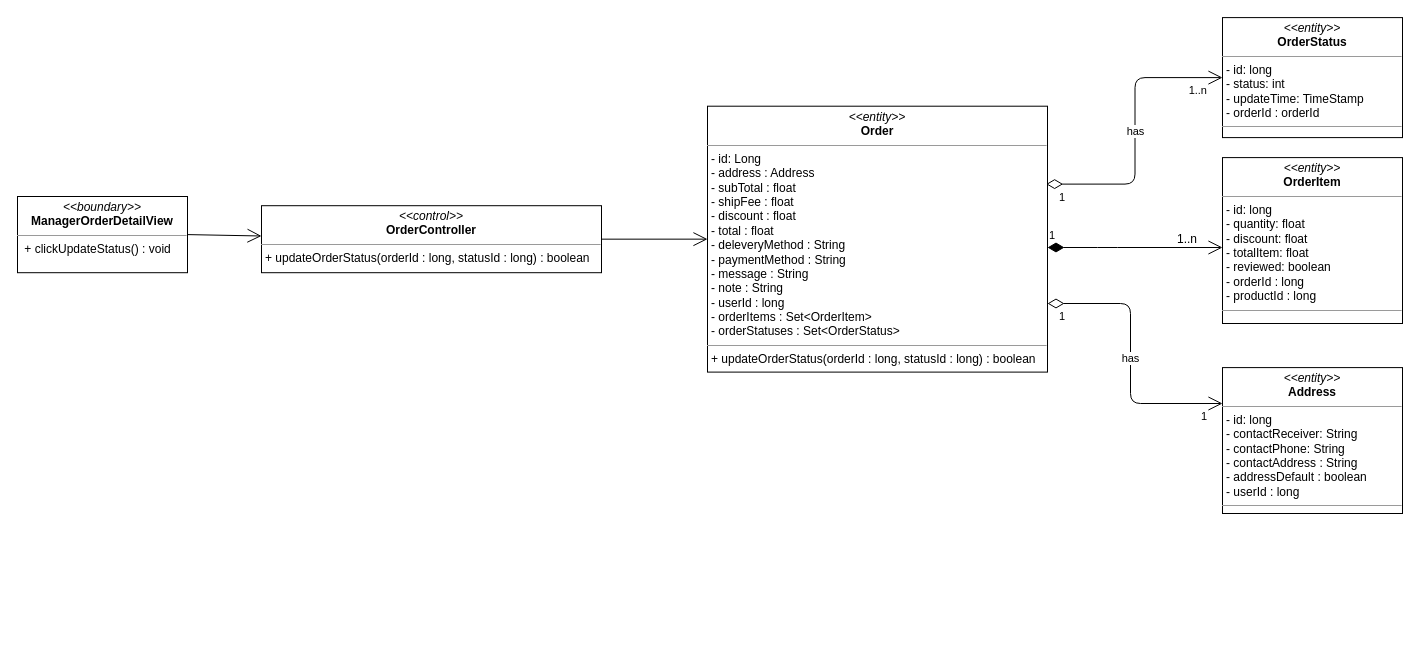
Before: class diagram/manager-updateStatus-order-class-diagram.drawio in nguyenphamvan/datn_20202, a draw.io diagram. Source tidied: cells renumbered, new cells numbered last; positions are measured from the earlier drawing's top-left corner, leaving out a move shared by most shapes. Both pictures are drawn from the tidied source at 100%, with x=0, y=0 at pixel (17, 17).
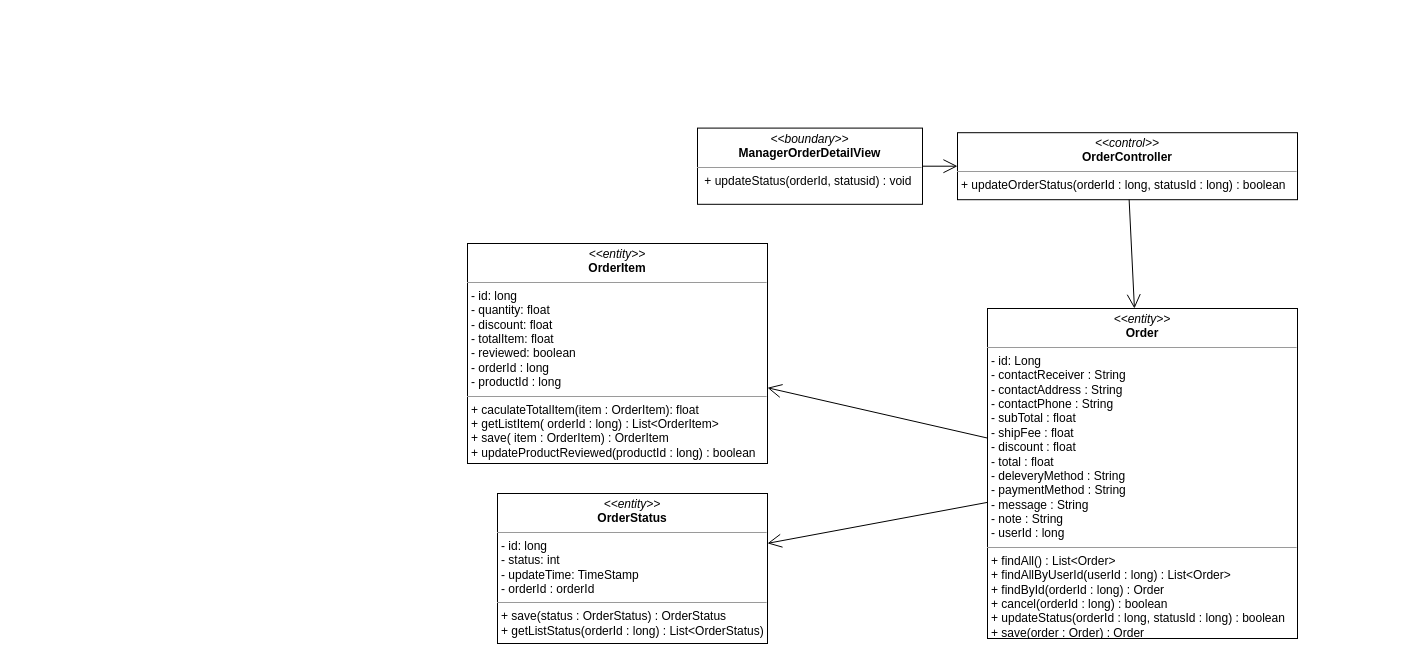
The same diagram, later.

Diff of the diagram source:
```diff
@@
-    <mxCell id="2" value="&lt;p style=&quot;margin: 0px ; margin-top: 4px ; text-align: center&quot;&gt;&lt;i&gt;&amp;lt;&amp;lt;boundary&amp;gt;&amp;gt;&lt;/i&gt;&lt;br&gt;&lt;b&gt;ManagerOrderDetailView&lt;/b&gt;&lt;/p&gt;&lt;hr size=&quot;1&quot;&gt;&lt;p style=&quot;margin: 0px ; margin-left: 4px&quot;&gt;&lt;span&gt;&amp;nbsp;&lt;/span&gt;&lt;span&gt;+ clickUpdateStatus() : void&lt;/span&gt;&lt;/p&gt;" style="verticalAlign=top;align=left;overflow=fill;fontSize=12;fontFamily=Helvetica;html=1;" parent="1" vertex="1">
-      <mxGeometry y="179" width="170" height="76.2" as="geometry" />
+    <mxCell id="2" value="&lt;p style=&quot;margin: 0px ; margin-top: 4px ; text-align: center&quot;&gt;&lt;i&gt;&amp;lt;&amp;lt;boundary&amp;gt;&amp;gt;&lt;/i&gt;&lt;br&gt;&lt;b&gt;ManagerOrderDetailView&lt;/b&gt;&lt;/p&gt;&lt;hr size=&quot;1&quot;&gt;&lt;p style=&quot;margin: 0px ; margin-left: 4px&quot;&gt;&lt;span&gt;&amp;nbsp;&lt;/span&gt;&lt;span&gt;+ updateStatus(orderId, statusid) : void&lt;/span&gt;&lt;/p&gt;" style="verticalAlign=top;align=left;overflow=fill;fontSize=12;fontFamily=Helvetica;html=1;" parent="1" vertex="1">
+      <mxGeometry x="680" y="110.6" width="225" height="76.2" as="geometry" />
     </mxCell>
@@
     <mxCell id="4" value="&lt;p style=&quot;margin: 0px ; margin-top: 4px ; text-align: center&quot;&gt;&lt;i&gt;&amp;lt;&amp;lt;control&amp;gt;&amp;gt;&lt;/i&gt;&lt;br&gt;&lt;b&gt;OrderController&lt;/b&gt;&lt;br&gt;&lt;/p&gt;&lt;hr size=&quot;1&quot;&gt;&lt;p style=&quot;margin: 0px ; margin-left: 4px&quot;&gt;&lt;span&gt;+ updateOrderStatus(orderId : long, statusId : long) : boolean&lt;/span&gt;&lt;br&gt;&lt;/p&gt;" style="verticalAlign=top;align=left;overflow=fill;fontSize=12;fontFamily=Helvetica;html=1;" parent="1" vertex="1">
-      <mxGeometry x="244" y="188.2" width="340" height="67" as="geometry" />
+      <mxGeometry x="940" y="115.2" width="340" height="67" as="geometry" />
     </mxCell>
-    <mxCell id="5" style="endArrow=open;endFill=1;endSize=12;html=1;entryX=0;entryY=0.5;entryDx=0;entryDy=0;" parent="1" edge="1" source="4" target="7">
+    <mxCell id="5" style="endArrow=open;endFill=1;endSize=12;html=1;" parent="1" edge="1" source="4" target="20">
       <mxGeometry relative="1" as="geometry" />
     </mxCell>
-    <mxCell id="6" value="&lt;p style=&quot;margin: 0px ; margin-top: 4px ; text-align: center&quot;&gt;&lt;i&gt;&amp;lt;&amp;lt;entity&amp;gt;&amp;gt;&lt;/i&gt;&lt;br&gt;&lt;b&gt;Address&lt;/b&gt;&lt;/p&gt;&lt;hr size=&quot;1&quot;&gt;&lt;p style=&quot;margin: 0px ; margin-left: 4px&quot;&gt;- id: long&lt;/p&gt;&lt;p style=&quot;margin: 0px ; margin-left: 4px&quot;&gt;- contactReceiver: String&lt;br&gt;- contactPhone: String&lt;/p&gt;&lt;p style=&quot;margin: 0px ; margin-left: 4px&quot;&gt;- contactAddress : String&lt;/p&gt;&lt;p style=&quot;margin: 0px ; margin-left: 4px&quot;&gt;- addressDefault : boolean&lt;/p&gt;&lt;p style=&quot;margin: 0px ; margin-left: 4px&quot;&gt;- userId : long&lt;/p&gt;&lt;hr size=&quot;1&quot;&gt;&lt;p style=&quot;margin: 0px ; margin-left: 4px&quot;&gt;&lt;br&gt;&lt;/p&gt;" style="verticalAlign=top;align=left;overflow=fill;fontSize=12;fontFamily=Helvetica;html=1;" parent="1" vertex="1">
-      <mxGeometry x="1205" y="350.1" width="180" height="145.9" as="geometry" />
-    </mxCell>
-    <mxCell id="7" value="&lt;p style=&quot;margin: 0px ; margin-top: 4px ; text-align: center&quot;&gt;&lt;i&gt;&amp;lt;&amp;lt;entity&amp;gt;&amp;gt;&lt;/i&gt;&lt;br&gt;&lt;b&gt;Order&lt;/b&gt;&lt;/p&gt;&lt;hr size=&quot;1&quot;&gt;&lt;p style=&quot;margin: 0px ; margin-left: 4px&quot;&gt;- id: Long&lt;/p&gt;&lt;p style=&quot;margin: 0px 0px 0px 4px&quot;&gt;- address : Address&lt;/p&gt;&lt;p style=&quot;margin: 0px 0px 0px 4px&quot;&gt;- subTotal : float&lt;/p&gt;&lt;p style=&quot;margin: 0px 0px 0px 4px&quot;&gt;- shipFee : float&lt;/p&gt;&lt;p style=&quot;margin: 0px 0px 0px 4px&quot;&gt;- discount : float&lt;/p&gt;&lt;p style=&quot;margin: 0px 0px 0px 4px&quot;&gt;- total : float&lt;/p&gt;&lt;p style=&quot;margin: 0px 0px 0px 4px&quot;&gt;- deleveryMethod : String&lt;/p&gt;&lt;p style=&quot;margin: 0px 0px 0px 4px&quot;&gt;- paymentMethod : String&lt;/p&gt;&lt;p style=&quot;margin: 0px 0px 0px 4px&quot;&gt;- message : String&lt;/p&gt;&lt;p style=&quot;margin: 0px 0px 0px 4px&quot;&gt;- note : String&lt;/p&gt;&lt;p style=&quot;margin: 0px 0px 0px 4px&quot;&gt;- userId : long&lt;/p&gt;&lt;p style=&quot;margin: 0px 0px 0px 4px&quot;&gt;- orderItems : Set&amp;lt;OrderItem&amp;gt;&lt;/p&gt;&lt;p style=&quot;margin: 0px 0px 0px 4px&quot;&gt;- orderStatuses : Set&amp;lt;OrderStatus&amp;gt;&lt;/p&gt;&lt;hr size=&quot;1&quot;&gt;&lt;p style=&quot;margin: 0px ; margin-left: 4px&quot;&gt;+ updateOrderStatus(orderId : long, statusId : long) : boolean&lt;/p&gt;" style="verticalAlign=top;align=left;overflow=fill;fontSize=12;fontFamily=Helvetica;html=1;" parent="1" vertex="1">
-      <mxGeometry x="690" y="88.7" width="340" height="265.9" as="geometry" />
-    </mxCell>
-    <mxCell id="8" value="&lt;p style=&quot;margin: 0px ; margin-top: 4px ; text-align: center&quot;&gt;&lt;i&gt;&amp;lt;&amp;lt;entity&amp;gt;&amp;gt;&lt;/i&gt;&lt;br&gt;&lt;b&gt;OrderItem&lt;/b&gt;&lt;/p&gt;&lt;hr size=&quot;1&quot;&gt;&lt;p style=&quot;margin: 0px ; margin-left: 4px&quot;&gt;- id: long&lt;/p&gt;&lt;p style=&quot;margin: 0px ; margin-left: 4px&quot;&gt;- quantity: float&lt;br&gt;- discount: float&lt;/p&gt;&lt;p style=&quot;margin: 0px ; margin-left: 4px&quot;&gt;- totalItem: float&lt;/p&gt;&lt;p style=&quot;margin: 0px ; margin-left: 4px&quot;&gt;- reviewed: boolean&lt;/p&gt;&lt;p style=&quot;margin: 0px ; margin-left: 4px&quot;&gt;- orderId : long&lt;/p&gt;&lt;p style=&quot;margin: 0px ; margin-left: 4px&quot;&gt;- productId : long&lt;/p&gt;&lt;hr size=&quot;1&quot;&gt;&lt;p style=&quot;margin: 0px ; margin-left: 4px&quot;&gt;&lt;br&gt;&lt;/p&gt;" style="verticalAlign=top;align=left;overflow=fill;fontSize=12;fontFamily=Helvetica;html=1;" parent="1" vertex="1">
-      <mxGeometry x="1205" y="140.1" width="180" height="165.9" as="geometry" />
-    </mxCell>
-    <mxCell id="9" value="&lt;p style=&quot;margin: 0px ; margin-top: 4px ; text-align: center&quot;&gt;&lt;i&gt;&amp;lt;&amp;lt;entity&amp;gt;&amp;gt;&lt;/i&gt;&lt;br&gt;&lt;b&gt;OrderStatus&lt;/b&gt;&lt;/p&gt;&lt;hr size=&quot;1&quot;&gt;&lt;p style=&quot;margin: 0px ; margin-left: 4px&quot;&gt;- id: long&lt;/p&gt;&lt;p style=&quot;margin: 0px ; margin-left: 4px&quot;&gt;- status: int&lt;br&gt;- updateTime: TimeStamp&lt;/p&gt;&lt;p style=&quot;margin: 0px ; margin-left: 4px&quot;&gt;- orderId : orderId&lt;/p&gt;&lt;hr size=&quot;1&quot;&gt;&lt;p style=&quot;margin: 0px ; margin-left: 4px&quot;&gt;&lt;br&gt;&lt;/p&gt;" style="verticalAlign=top;align=left;overflow=fill;fontSize=12;fontFamily=Helvetica;html=1;" parent="1" vertex="1">
-      <mxGeometry x="1205" y="0.1" width="180" height="120" as="geometry" />
-    </mxCell>
-    <mxCell id="10" value="has" style="endArrow=open;html=1;endSize=12;startArrow=diamondThin;startSize=14;startFill=0;edgeStyle=orthogonalEdgeStyle;exitX=0.996;exitY=0.293;exitDx=0;exitDy=0;exitPerimeter=0;" parent="1" edge="1" source="7" target="9">
-      <mxGeometry relative="1" as="geometry" />
-    </mxCell>
-    <mxCell id="11" value="1" style="edgeLabel;html=1;align=left;verticalAlign=top;" parent="10" vertex="1">
-      <mxGeometry x="-1" relative="1" as="geometry">
-        <mxPoint x="11" as="offset" />
-      </mxGeometry>
-    </mxCell>
-    <mxCell id="12" value="1..n" style="edgeLabel;html=1;align=right;verticalAlign=top;" parent="10" vertex="1">
-      <mxGeometry x="1" relative="1" as="geometry">
-        <mxPoint x="-15" as="offset" />
-      </mxGeometry>
-    </mxCell>
-    <mxCell id="13" value="has" style="endArrow=open;html=1;endSize=12;startArrow=diamondThin;startSize=14;startFill=0;edgeStyle=orthogonalEdgeStyle;" parent="1" edge="1" source="7" target="6">
-      <mxGeometry relative="1" as="geometry">
-        <Array as="points">
-          <mxPoint x="1113" y="286" />
-          <mxPoint x="1113" y="386" />
-        </Array>
-      </mxGeometry>
-    </mxCell>
-    <mxCell id="14" value="1" style="edgeLabel;html=1;align=left;verticalAlign=top;" parent="13" vertex="1">
-      <mxGeometry x="-1" relative="1" as="geometry">
-        <mxPoint x="10" as="offset" />
-      </mxGeometry>
-    </mxCell>
-    <mxCell id="15" value="1" style="edgeLabel;html=1;align=right;verticalAlign=top;" parent="13" vertex="1">
-      <mxGeometry x="1" relative="1" as="geometry">
-        <mxPoint x="-15" as="offset" />
-      </mxGeometry>
-    </mxCell>
-    <mxCell id="16" value="1" style="endArrow=open;html=1;endSize=12;startArrow=diamondThin;startSize=14;startFill=1;edgeStyle=orthogonalEdgeStyle;align=left;verticalAlign=bottom;" parent="1" edge="1" source="7" target="8">
-      <mxGeometry x="-1" y="3" relative="1" as="geometry">
-        <Array as="points">
-          <mxPoint x="1090" y="230" />
-          <mxPoint x="1090" y="230" />
-        </Array>
-      </mxGeometry>
-    </mxCell>
-    <mxCell id="17" value="1..n" style="text;html=1;strokeColor=none;fillColor=none;align=center;verticalAlign=middle;whiteSpace=wrap;rounded=0;" parent="1" vertex="1">
-      <mxGeometry x="1150" y="211.7" width="40" height="20" as="geometry" />
-    </mxCell>
+    <mxCell id="18" value="&lt;p style=&quot;margin: 0px ; margin-top: 4px ; text-align: center&quot;&gt;&lt;i&gt;&amp;lt;&amp;lt;entity&amp;gt;&amp;gt;&lt;/i&gt;&lt;br&gt;&lt;b&gt;OrderItem&lt;/b&gt;&lt;/p&gt;&lt;hr size=&quot;1&quot;&gt;&lt;p style=&quot;margin: 0px ; margin-left: 4px&quot;&gt;- id: long&lt;/p&gt;&lt;p style=&quot;margin: 0px ; margin-left: 4px&quot;&gt;- quantity: float&lt;br&gt;- discount: float&lt;/p&gt;&lt;p style=&quot;margin: 0px ; margin-left: 4px&quot;&gt;- totalItem: float&lt;/p&gt;&lt;p style=&quot;margin: 0px ; margin-left: 4px&quot;&gt;- reviewed: boolean&lt;/p&gt;&lt;p style=&quot;margin: 0px ; margin-left: 4px&quot;&gt;- orderId : long&lt;/p&gt;&lt;p style=&quot;margin: 0px ; margin-left: 4px&quot;&gt;- productId : long&lt;/p&gt;&lt;hr size=&quot;1&quot;&gt;&lt;p style=&quot;margin: 0px 0px 0px 4px&quot;&gt;+ caculateTotalItem(item : OrderItem): float&lt;br&gt;&lt;/p&gt;&lt;p style=&quot;margin: 0px 0px 0px 4px&quot;&gt;+ getListItem( orderId : long) : List&amp;lt;OrderItem&amp;gt;&lt;br&gt;&lt;/p&gt;&lt;p style=&quot;margin: 0px 0px 0px 4px&quot;&gt;+ save( item : OrderItem) : OrderItem&lt;/p&gt;&lt;p style=&quot;margin: 0px 0px 0px 4px&quot;&gt;+ updateProductReviewed(productId : long) : boolean&lt;/p&gt;" style="verticalAlign=top;align=left;overflow=fill;fontSize=12;fontFamily=Helvetica;html=1;" parent="1" vertex="1">
+      <mxGeometry x="450" y="226" width="300" height="220" as="geometry" />
+    </mxCell>
+    <mxCell id="19" value="&lt;p style=&quot;margin: 0px ; margin-top: 4px ; text-align: center&quot;&gt;&lt;i&gt;&amp;lt;&amp;lt;entity&amp;gt;&amp;gt;&lt;/i&gt;&lt;br&gt;&lt;b&gt;OrderStatus&lt;/b&gt;&lt;/p&gt;&lt;hr size=&quot;1&quot;&gt;&lt;p style=&quot;margin: 0px ; margin-left: 4px&quot;&gt;- id: long&lt;/p&gt;&lt;p style=&quot;margin: 0px ; margin-left: 4px&quot;&gt;- status: int&lt;br&gt;- updateTime: TimeStamp&lt;/p&gt;&lt;p style=&quot;margin: 0px ; margin-left: 4px&quot;&gt;- orderId : orderId&lt;/p&gt;&lt;hr size=&quot;1&quot;&gt;&lt;p style=&quot;margin: 0px ; margin-left: 4px&quot;&gt;+ save(status : OrderStatus) : OrderStatus&lt;/p&gt;&lt;p style=&quot;margin: 0px ; margin-left: 4px&quot;&gt;+ getListStatus(orderId : long) : List&amp;lt;OrderStatus)&lt;/p&gt;" style="verticalAlign=top;align=left;overflow=fill;fontSize=12;fontFamily=Helvetica;html=1;" parent="1" vertex="1">
+      <mxGeometry x="480" y="476" width="270" height="150" as="geometry" />
+    </mxCell>
+    <mxCell id="20" value="&lt;p style=&quot;margin: 0px ; margin-top: 4px ; text-align: center&quot;&gt;&lt;i&gt;&amp;lt;&amp;lt;entity&amp;gt;&amp;gt;&lt;/i&gt;&lt;br&gt;&lt;b&gt;Order&lt;/b&gt;&lt;/p&gt;&lt;hr size=&quot;1&quot;&gt;&lt;p style=&quot;margin: 0px ; margin-left: 4px&quot;&gt;- id: Long&lt;/p&gt;&lt;p style=&quot;margin: 0px ; margin-left: 4px&quot;&gt;- contactReceiver : String&lt;/p&gt;&lt;p style=&quot;margin: 0px ; margin-left: 4px&quot;&gt;- contactAddress : String&lt;/p&gt;&lt;p style=&quot;margin: 0px ; margin-left: 4px&quot;&gt;- contactPhone : String&lt;/p&gt;&lt;p style=&quot;margin: 0px 0px 0px 4px&quot;&gt;- subTotal : float&lt;/p&gt;&lt;p style=&quot;margin: 0px 0px 0px 4px&quot;&gt;- shipFee : float&lt;/p&gt;&lt;p style=&quot;margin: 0px 0px 0px 4px&quot;&gt;- discount : float&lt;/p&gt;&lt;p style=&quot;margin: 0px 0px 0px 4px&quot;&gt;- total : float&lt;/p&gt;&lt;p style=&quot;margin: 0px 0px 0px 4px&quot;&gt;- deleveryMethod : String&lt;/p&gt;&lt;p style=&quot;margin: 0px 0px 0px 4px&quot;&gt;- paymentMethod : String&lt;/p&gt;&lt;p style=&quot;margin: 0px 0px 0px 4px&quot;&gt;- message : String&lt;/p&gt;&lt;p style=&quot;margin: 0px 0px 0px 4px&quot;&gt;- note : String&lt;/p&gt;&lt;p style=&quot;margin: 0px 0px 0px 4px&quot;&gt;- userId : long&lt;/p&gt;&lt;hr size=&quot;1&quot;&gt;&lt;p style=&quot;margin: 0px 0px 0px 4px&quot;&gt;+ findAll() : List&amp;lt;Order&amp;gt;&lt;/p&gt;&lt;p style=&quot;margin: 0px 0px 0px 4px&quot;&gt;+ findAllByUserId(userId : long) : List&amp;lt;Order&amp;gt;&lt;/p&gt;&lt;p style=&quot;margin: 0px 0px 0px 4px&quot;&gt;+ findById(orderId : long) : Order&lt;br&gt;&lt;/p&gt;&lt;p style=&quot;margin: 0px 0px 0px 4px&quot;&gt;+ cancel(orderId : long) : boolean&lt;br&gt;&lt;/p&gt;&lt;p style=&quot;margin: 0px 0px 0px 4px&quot;&gt;+ updateStatus(orderId : long, statusId : long) : boolean&lt;/p&gt;&lt;p style=&quot;margin: 0px 0px 0px 4px&quot;&gt;+ save(order : Order) : Order&lt;/p&gt;" style="verticalAlign=top;align=left;overflow=fill;fontSize=12;fontFamily=Helvetica;html=1;" parent="1" vertex="1">
+      <mxGeometry x="970" y="291" width="310" height="330" as="geometry" />
+    </mxCell>
+    <mxCell id="21" style="endArrow=open;endFill=1;endSize=12;html=1;" parent="1" edge="1" source="20" target="18">
+      <mxGeometry relative="1" as="geometry" />
+    </mxCell>
+    <mxCell id="22" style="endArrow=open;endFill=1;endSize=12;html=1;" parent="1" edge="1" source="20" target="19">
+      <mxGeometry relative="1" as="geometry" />
+    </mxCell>
```
